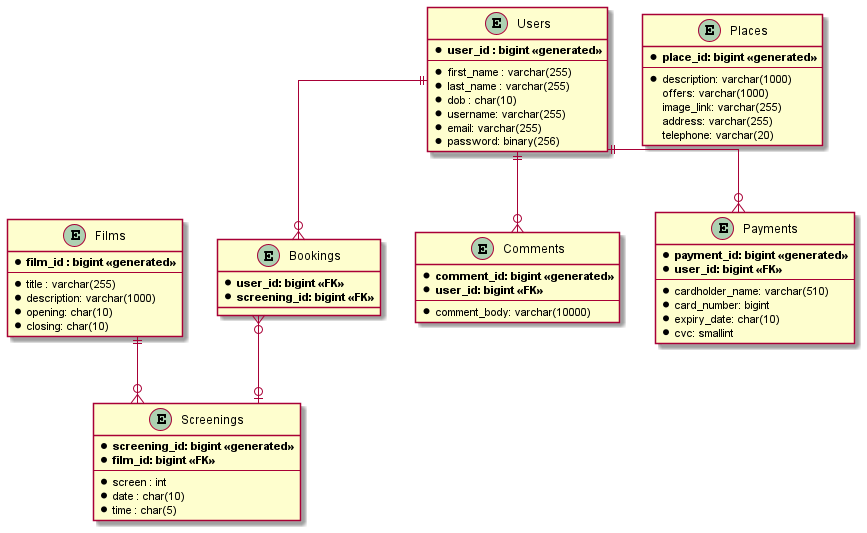
Above: documentation/erd.png in RGlossop/QACinemas (PlantUML), before the change.
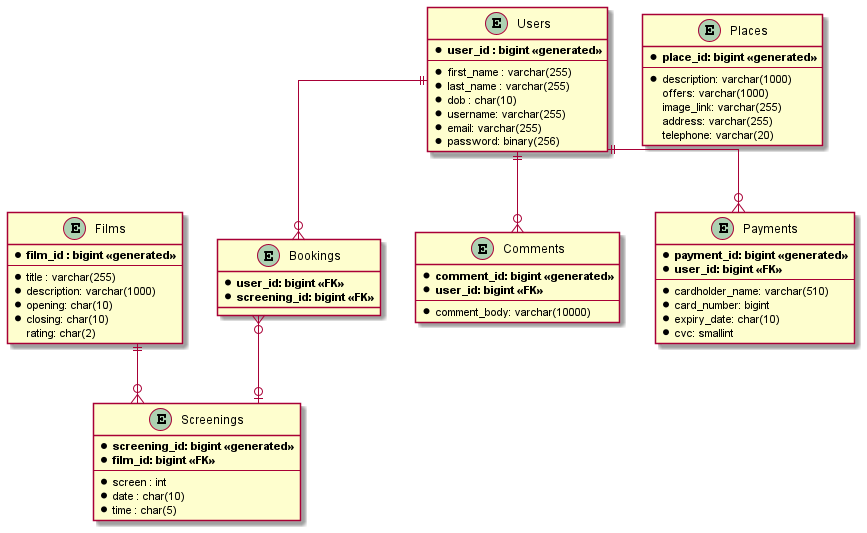
Above is the later version.

Commit message:
kh: added rating to films table

Change to the diagram source:
```diff
@@ -9,6 +9,7 @@
     * description: varchar(1000)
     * opening: char(10)
     * closing: char(10)
+    rating: char(2)
 }
 
 entity "Users" as users {
```
